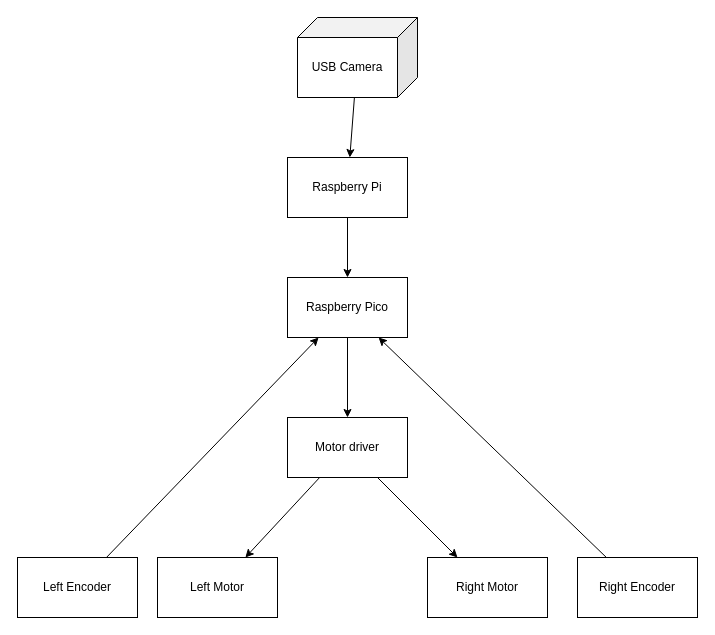
The draw.io diagram software/doc/embedded deployment.drawio in ieeeupsb/Nemo-PlatformIO-project, before the edit. Source tidied: cells renumbered, new cells numbered last; positions are measured from the earlier drawing's top-left corner, leaving out a move shared by most shapes. Both pictures are drawn from the tidied source at 100%, with x=0, y=0 at pixel (17, 17).
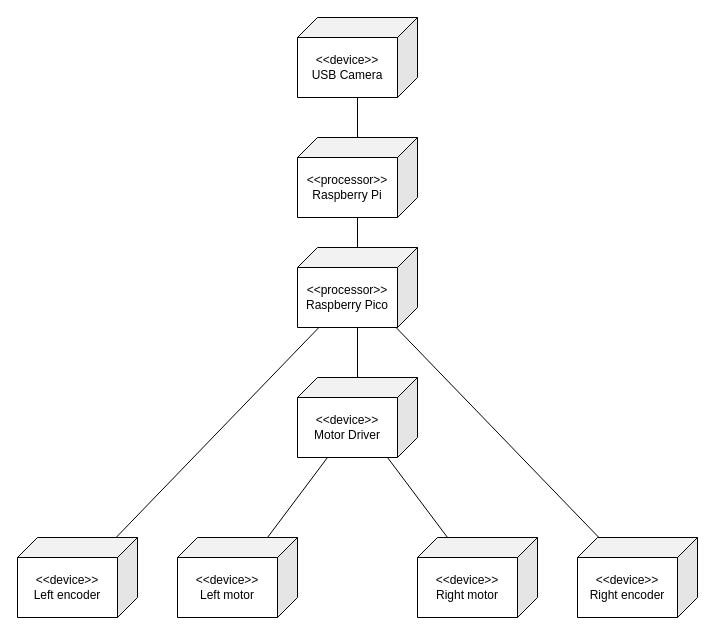
The same page after the edit.

Commit message (it also covers changes not shown here):
creating new class motor controller

Change to the diagram source:
```diff
@@
 <mxGraphModel>
   <root>
     <mxCell id="0" />
     <mxCell id="1" parent="0" />
-    <mxCell id="2" style="edgeStyle=none;html=1;" parent="1" edge="1" source="3" target="8">
-      <mxGeometry relative="1" as="geometry" />
-    </mxCell>
-    <mxCell id="3" value="Raspberry Pico" style="whiteSpace=wrap;html=1;" parent="1" vertex="1">
-      <mxGeometry x="270" y="260" width="120" height="60" as="geometry" />
-    </mxCell>
-    <mxCell id="4" style="edgeStyle=none;html=1;" parent="1" edge="1" source="5" target="3">
-      <mxGeometry relative="1" as="geometry" />
-    </mxCell>
-    <mxCell id="5" value="Raspberry Pi" style="whiteSpace=wrap;html=1;" parent="1" vertex="1">
-      <mxGeometry x="270" y="140" width="120" height="60" as="geometry" />
-    </mxCell>
-    <mxCell id="6" style="edgeStyle=none;html=1;" parent="1" edge="1" source="8" target="9">
-      <mxGeometry relative="1" as="geometry" />
-    </mxCell>
-    <mxCell id="7" style="edgeStyle=none;html=1;" parent="1" edge="1" source="8" target="10">
-      <mxGeometry relative="1" as="geometry" />
-    </mxCell>
-    <mxCell id="8" value="Motor driver" style="whiteSpace=wrap;html=1;" parent="1" vertex="1">
-      <mxGeometry x="270" y="400" width="120" height="60" as="geometry" />
-    </mxCell>
-    <mxCell id="9" value="Left Motor" style="whiteSpace=wrap;html=1;" parent="1" vertex="1">
-      <mxGeometry x="140" y="540" width="120" height="60" as="geometry" />
-    </mxCell>
-    <mxCell id="10" value="Right Motor" style="whiteSpace=wrap;html=1;" parent="1" vertex="1">
-      <mxGeometry x="410" y="540" width="120" height="60" as="geometry" />
-    </mxCell>
-    <mxCell id="11" style="edgeStyle=none;html=1;" parent="1" edge="1" source="12" target="3">
-      <mxGeometry relative="1" as="geometry" />
-    </mxCell>
-    <mxCell id="12" value="Left Encoder" style="whiteSpace=wrap;html=1;" parent="1" vertex="1">
-      <mxGeometry y="540" width="120" height="60" as="geometry" />
-    </mxCell>
-    <mxCell id="13" style="edgeStyle=none;html=1;" parent="1" edge="1" source="14" target="3">
-      <mxGeometry relative="1" as="geometry" />
-    </mxCell>
-    <mxCell id="14" value="Right Encoder" style="whiteSpace=wrap;html=1;" parent="1" vertex="1">
-      <mxGeometry x="560" y="540" width="120" height="60" as="geometry" />
-    </mxCell>
-    <mxCell id="15" style="edgeStyle=none;html=1;" parent="1" edge="1" source="16" target="5">
+    <mxCell id="15" style="edgeStyle=none;html=1;strokeColor=default;endArrow=none;endFill=0;" parent="1" edge="1" source="16" target="17">
       <mxGeometry relative="1" as="geometry" />
     </mxCell>
-    <mxCell id="16" value="USB Camera" style="shape=cube;whiteSpace=wrap;html=1;boundedLbl=1;backgroundOutline=1;darkOpacity=0.05;darkOpacity2=0.1;flipV=0;flipH=1;" parent="1" vertex="1">
+    <mxCell id="16" value="&amp;lt;&amp;lt;device&amp;gt;&amp;gt;&lt;br&gt;USB Camera" style="shape=cube;whiteSpace=wrap;html=1;boundedLbl=1;backgroundOutline=1;darkOpacity=0.05;darkOpacity2=0.1;flipV=0;flipH=1;" parent="1" vertex="1">
       <mxGeometry x="280" width="120" height="80" as="geometry" />
     </mxCell>
+    <mxCell id="17" value="&amp;lt;&amp;lt;processor&amp;gt;&amp;gt;&lt;br&gt;Raspberry Pi" style="shape=cube;whiteSpace=wrap;html=1;boundedLbl=1;backgroundOutline=1;darkOpacity=0.05;darkOpacity2=0.1;flipV=0;flipH=1;" parent="1" vertex="1">
+      <mxGeometry x="280" y="120" width="120" height="80" as="geometry" />
+    </mxCell>
+    <mxCell id="18" style="edgeStyle=none;html=1;strokeColor=default;startArrow=none;startFill=0;endArrow=none;endFill=0;" parent="1" edge="1" source="20" target="24">
+      <mxGeometry relative="1" as="geometry" />
+    </mxCell>
+    <mxCell id="19" style="edgeStyle=none;html=1;strokeColor=default;startArrow=none;startFill=0;endArrow=none;endFill=0;" parent="1" edge="1" source="20" target="25">
+      <mxGeometry relative="1" as="geometry" />
+    </mxCell>
+    <mxCell id="20" value="&amp;lt;&amp;lt;processor&amp;gt;&amp;gt;&lt;br&gt;Raspberry Pico" style="shape=cube;whiteSpace=wrap;html=1;boundedLbl=1;backgroundOutline=1;darkOpacity=0.05;darkOpacity2=0.1;flipV=0;flipH=1;" parent="1" vertex="1">
+      <mxGeometry x="280" y="230" width="120" height="80" as="geometry" />
+    </mxCell>
+    <mxCell id="21" style="edgeStyle=none;html=1;strokeColor=default;startArrow=none;startFill=0;endArrow=none;endFill=0;" parent="1" edge="1" source="23" target="27">
+      <mxGeometry relative="1" as="geometry" />
+    </mxCell>
+    <mxCell id="22" style="edgeStyle=none;html=1;strokeColor=default;startArrow=none;startFill=0;endArrow=none;endFill=0;" parent="1" edge="1" source="23" target="26">
+      <mxGeometry relative="1" as="geometry" />
+    </mxCell>
+    <mxCell id="23" value="&amp;lt;&amp;lt;device&amp;gt;&amp;gt;&lt;br&gt;Motor Driver" style="shape=cube;whiteSpace=wrap;html=1;boundedLbl=1;backgroundOutline=1;darkOpacity=0.05;darkOpacity2=0.1;flipV=0;flipH=1;" parent="1" vertex="1">
+      <mxGeometry x="280" y="360" width="120" height="80" as="geometry" />
+    </mxCell>
+    <mxCell id="24" value="&amp;lt;&amp;lt;device&amp;gt;&amp;gt;&lt;br&gt;Left encoder" style="shape=cube;whiteSpace=wrap;html=1;boundedLbl=1;backgroundOutline=1;darkOpacity=0.05;darkOpacity2=0.1;flipV=0;flipH=1;" parent="1" vertex="1">
+      <mxGeometry y="520" width="120" height="80" as="geometry" />
+    </mxCell>
+    <mxCell id="25" value="&amp;lt;&amp;lt;device&amp;gt;&amp;gt;&lt;br&gt;Right encoder" style="shape=cube;whiteSpace=wrap;html=1;boundedLbl=1;backgroundOutline=1;darkOpacity=0.05;darkOpacity2=0.1;flipV=0;flipH=1;" parent="1" vertex="1">
+      <mxGeometry x="560" y="520" width="120" height="80" as="geometry" />
+    </mxCell>
+    <mxCell id="26" value="&amp;lt;&amp;lt;device&amp;gt;&amp;gt;&lt;br&gt;Left motor" style="shape=cube;whiteSpace=wrap;html=1;boundedLbl=1;backgroundOutline=1;darkOpacity=0.05;darkOpacity2=0.1;flipV=0;flipH=1;" parent="1" vertex="1">
+      <mxGeometry x="160" y="520" width="120" height="80" as="geometry" />
+    </mxCell>
+    <mxCell id="27" value="&amp;lt;&amp;lt;device&amp;gt;&amp;gt;&lt;br&gt;Right motor" style="shape=cube;whiteSpace=wrap;html=1;boundedLbl=1;backgroundOutline=1;darkOpacity=0.05;darkOpacity2=0.1;flipV=0;flipH=1;" parent="1" vertex="1">
+      <mxGeometry x="400" y="520" width="120" height="80" as="geometry" />
+    </mxCell>
+    <mxCell id="28" style="edgeStyle=none;html=1;strokeColor=default;endArrow=none;endFill=0;" parent="1" edge="1" source="17" target="20">
+      <mxGeometry relative="1" as="geometry" />
+    </mxCell>
+    <mxCell id="29" style="edgeStyle=none;html=1;strokeColor=default;endArrow=none;endFill=0;" parent="1" edge="1" source="20" target="23">
+      <mxGeometry relative="1" as="geometry" />
+    </mxCell>
   </root>
 </mxGraphModel>
```
